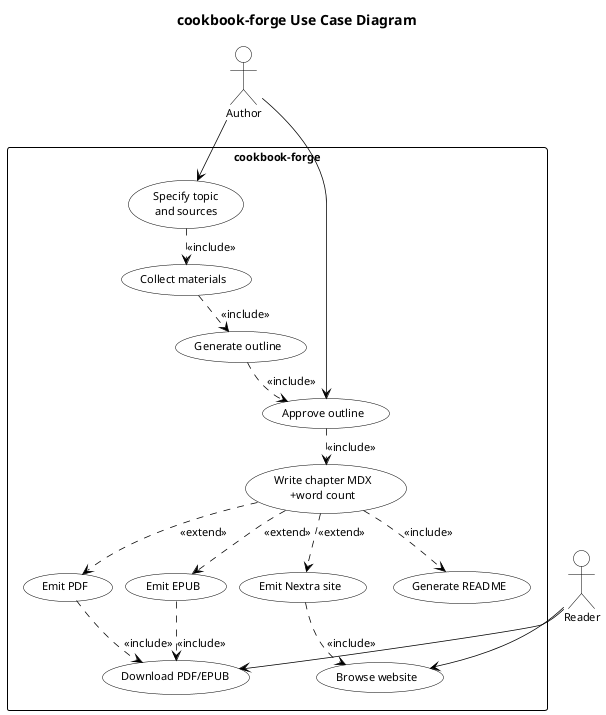
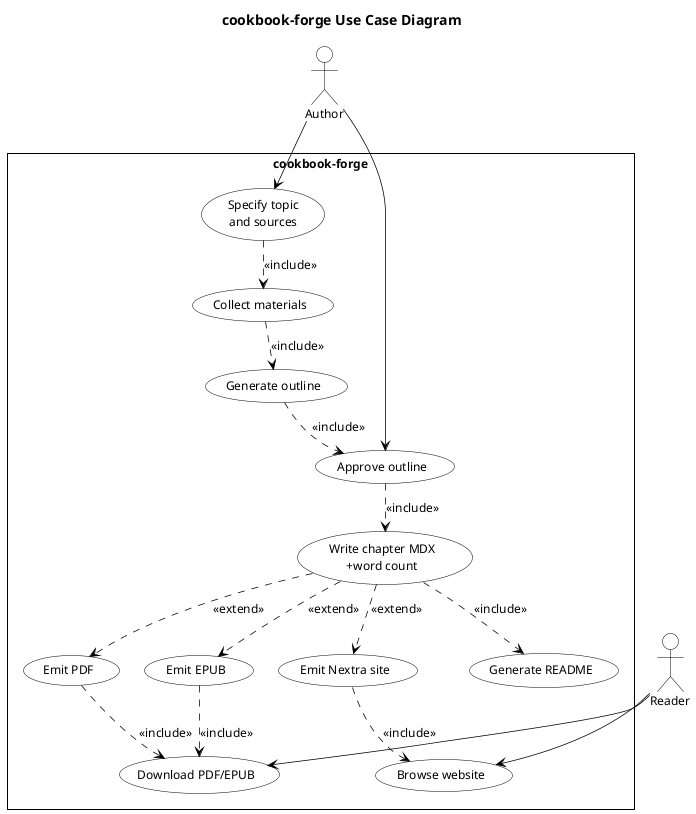
@startuml
+ ' uml-diagrams.org reference style — strict OMG UML 2.x, monochrome
skinparam monochrome true
+ skinparam backgroundColor #FFFFFF
+ skinparam defaultFontName Helvetica
+ skinparam defaultFontSize 12
skinparam shadowing false
- skinparam backgroundColor #FFFFFF
- skinparam defaultFontColor #000000
- skinparam defaultFontName Helvetica
+ skinparam classAttributeIconSize 0
+ skinparam roundCorner 0
+ 
skinparam ActorBackgroundColor #FFFFFF
skinparam ActorBorderColor #000000
skinparam UsecaseBackgroundColor #FFFFFF
skinparam UsecaseBorderColor #000000
skinparam RectangleBackgroundColor #FFFFFF
skinparam RectangleBorderColor #000000
+ skinparam PackageBackgroundColor #FFFFFF
+ skinparam PackageBorderColor #000000
skinparam ArrowColor #000000
skinparam ArrowThickness 0.75
- skinparam defaultFontSize 11
- skinparam nodesep 12
- skinparam ranksep 20
+ skinparam DefaultTextColor #000000
+ skinparam defaultFontColor #000000

title cookbook-forge Use Case Diagram

top to bottom direction
+ skinparam nodesep 25
+ skinparam ranksep 30
+ skinparam packageStyle rectangle

actor Author as AUTHOR
actor Reader as READER

rectangle "cookbook-forge" {
  usecase "Specify topic\nand sources" as UC0
  usecase "Collect materials" as UC1
  usecase "Generate outline" as UC2
  usecase "Approve outline" as UC3
  usecase "Write chapter MDX\n+word count" as UC4
  usecase "Emit PDF" as UC6
  usecase "Emit Nextra site" as UC7
  usecase "Emit EPUB" as UC8
  usecase "Generate README" as UC9
  usecase "Browse website" as UC10
  usecase "Download PDF/EPUB" as UC11
}

AUTHOR --> UC0
AUTHOR --> UC3
UC0 ..> UC1 : <<include>>
UC1 ..> UC2 : <<include>>
UC2 ..> UC3 : <<include>>
UC3 ..> UC4 : <<include>>
UC4 ..> UC6 : <<extend>>
UC4 ..> UC7 : <<extend>>
UC4 ..> UC8 : <<extend>>
UC4 ..> UC9 : <<include>>
UC7 ..> UC10 : <<include>>
UC6 ..> UC11 : <<include>>
UC8 ..> UC11 : <<include>>
READER --> UC10
READER --> UC11

UC0 -[hidden]down- UC6
UC1 -[hidden]down- UC7
UC2 -[hidden]down- UC8
UC3 -[hidden]down- UC9
UC4 -[hidden]down- UC10

@enduml
